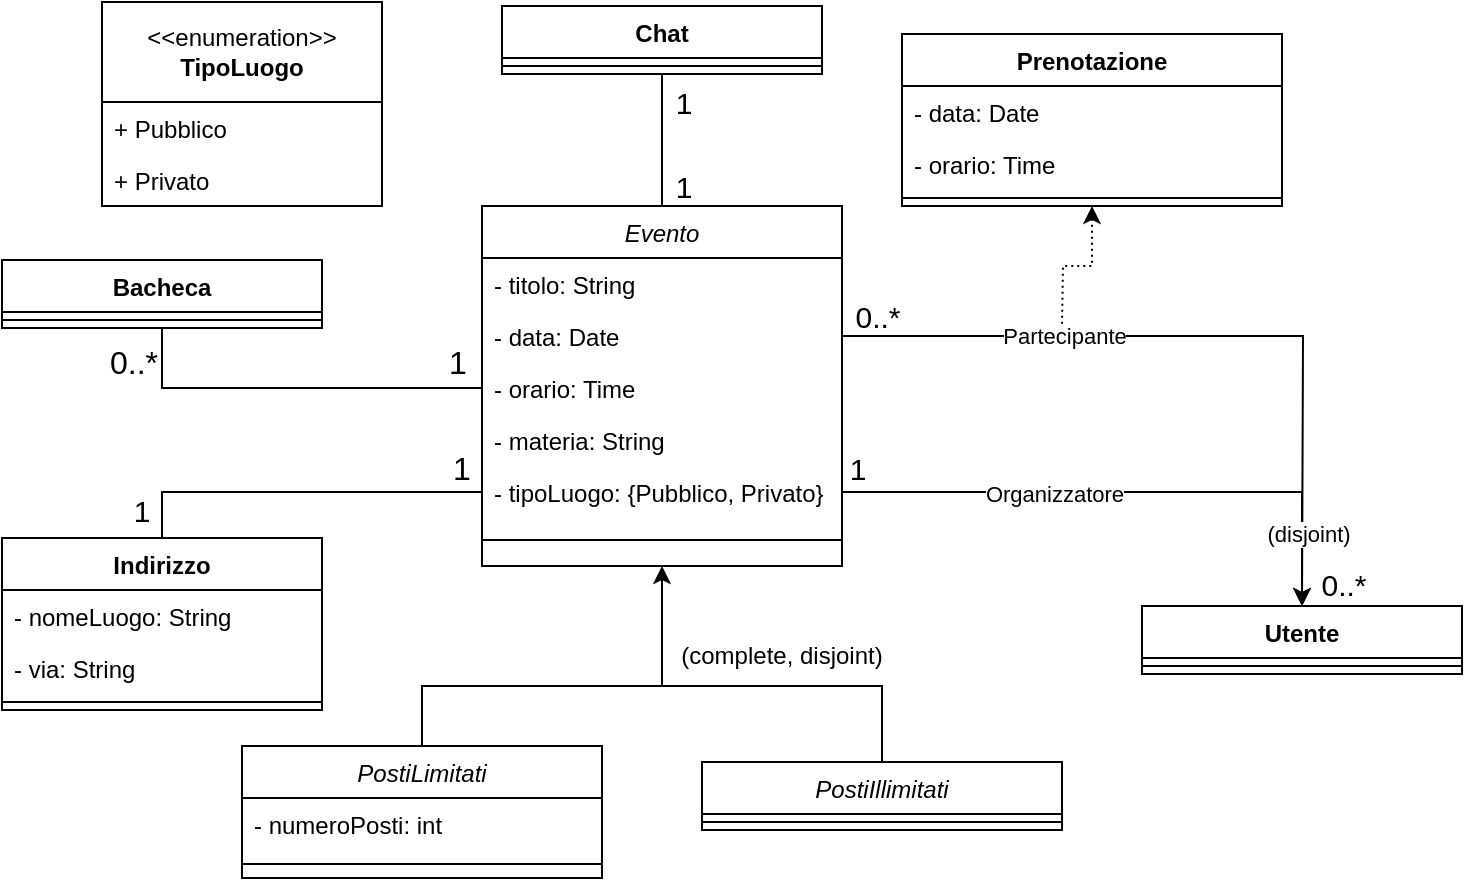
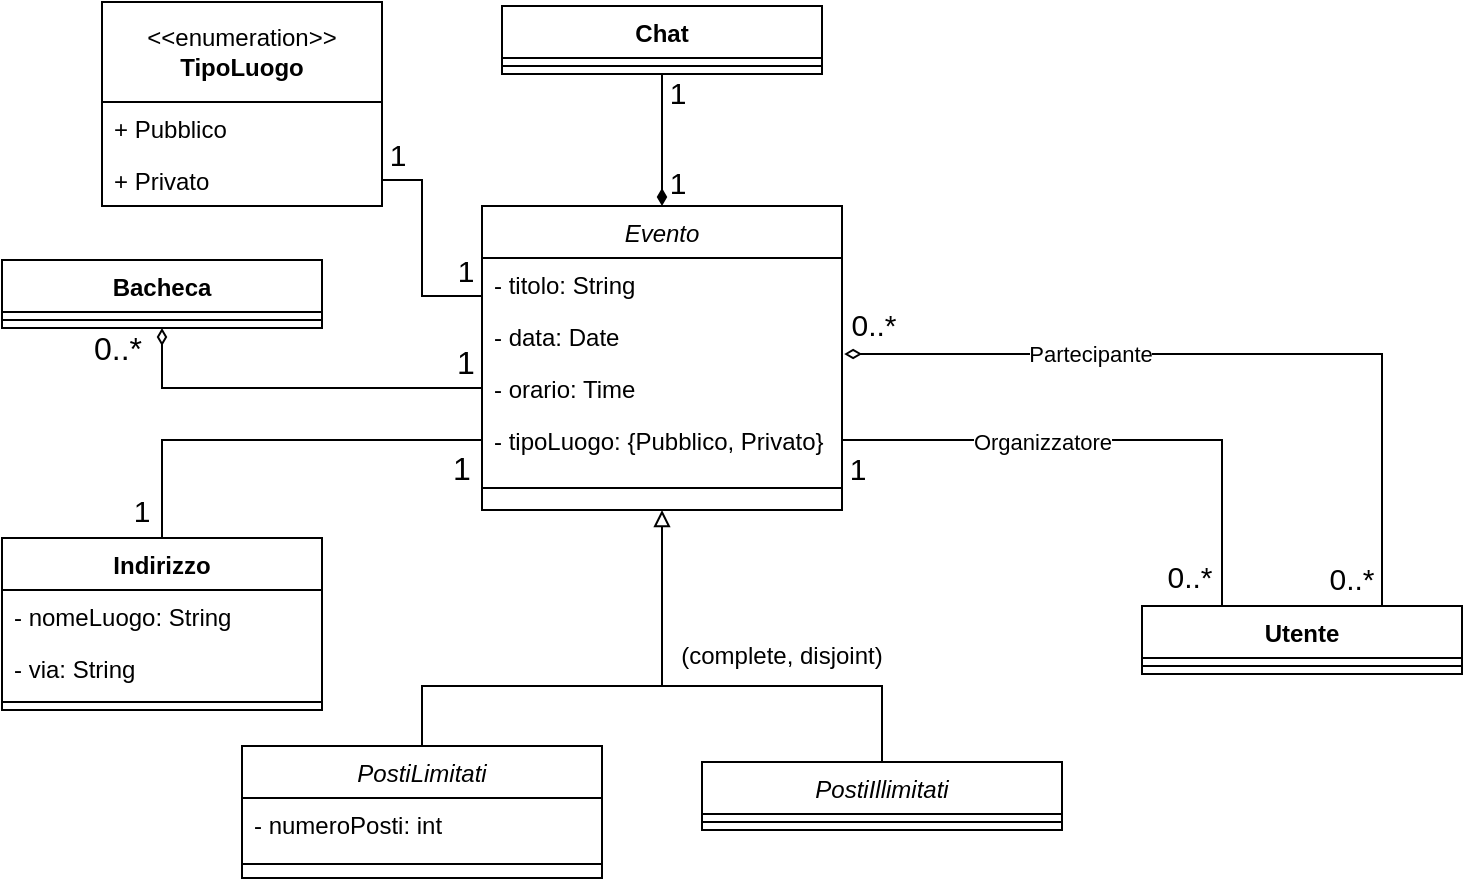
<mxfile host="app.diagrams.net">
  <diagram id="C5RBs43oDa-KdzZeNtuy" name="Page-1">
-     <mxGraphModel dx="1075" dy="622" grid="1" gridSize="10" guides="1" tooltips="1" connect="1" arrows="1" fold="1" page="1" pageScale="1" pageWidth="827" pageHeight="1169" math="0" shadow="0">
+     <mxGraphModel dx="707" dy="677" grid="1" gridSize="10" guides="1" tooltips="1" connect="1" arrows="1" fold="1" page="1" pageScale="1" pageWidth="827" pageHeight="1169" math="0" shadow="0">
      <root>
        <mxCell id="WIyWlLk6GJQsqaUBKTNV-0" />
        <mxCell id="WIyWlLk6GJQsqaUBKTNV-1" parent="WIyWlLk6GJQsqaUBKTNV-0" />
        <mxCell id="YcszxyqdBwKPzxCCbldQ-48" edge="1" parent="WIyWlLk6GJQsqaUBKTNV-1" style="edgeStyle=orthogonalEdgeStyle;rounded=0;orthogonalLoop=1;jettySize=auto;html=1;entryX=0.5;entryY=0;entryDx=0;entryDy=0;endArrow=none;endFill=0;" target="YcszxyqdBwKPzxCCbldQ-28">
          <mxGeometry relative="1" as="geometry">
            <Array as="points">
              <mxPoint x="380" y="370" />
              <mxPoint x="490" y="370" />
            </Array>
            <mxPoint x="380" y="370" as="sourcePoint" />
          </mxGeometry>
        </mxCell>
-         <mxCell id="KmBhihFz0CNgSEcm0cJF-6" edge="1" parent="WIyWlLk6GJQsqaUBKTNV-1" source="zkfFHV4jXpPFQw0GAbJ--0" style="edgeStyle=orthogonalEdgeStyle;rounded=0;orthogonalLoop=1;jettySize=auto;html=1;exitX=0.5;exitY=0;exitDx=0;exitDy=0;entryX=0.5;entryY=1;entryDx=0;entryDy=0;endArrow=none;endFill=0;" target="YcszxyqdBwKPzxCCbldQ-22">
-           <mxGeometry relative="1" as="geometry" />
-         </mxCell>
        <mxCell id="zkfFHV4jXpPFQw0GAbJ--0" parent="WIyWlLk6GJQsqaUBKTNV-1" style="swimlane;fontStyle=2;align=center;verticalAlign=top;childLayout=stackLayout;horizontal=1;startSize=26;horizontalStack=0;resizeParent=1;resizeLast=0;collapsible=1;marginBottom=0;rounded=0;shadow=0;strokeWidth=1;" value="Evento" vertex="1">
-           <mxGeometry height="180" width="180" x="290" y="130" as="geometry">
+           <mxGeometry height="152" width="180" x="290" y="130" as="geometry">
            <mxRectangle height="26" width="160" x="270" y="70" as="alternateBounds" />
          </mxGeometry>
        </mxCell>
        <mxCell id="zkfFHV4jXpPFQw0GAbJ--1" parent="zkfFHV4jXpPFQw0GAbJ--0" style="text;align=left;verticalAlign=top;spacingLeft=4;spacingRight=4;overflow=hidden;rotatable=0;points=[[0,0.5],[1,0.5]];portConstraint=eastwest;" value="- titolo: String" vertex="1">
          <mxGeometry height="26" width="180" y="26" as="geometry" />
-         </mxCell>
-         <mxCell id="QE2u7S5_JqNKbWLhJAu7-6" edge="1" parent="zkfFHV4jXpPFQw0GAbJ--0" source="zkfFHV4jXpPFQw0GAbJ--3" style="edgeStyle=orthogonalEdgeStyle;rounded=0;orthogonalLoop=1;jettySize=auto;html=1;exitX=1;exitY=0.5;exitDx=0;exitDy=0;">
-           <mxGeometry relative="1" as="geometry">
-             <mxPoint x="410" y="200" as="targetPoint" />
-           </mxGeometry>
-         </mxCell>
-         <mxCell id="QE2u7S5_JqNKbWLhJAu7-8" connectable="0" parent="QE2u7S5_JqNKbWLhJAu7-6" style="edgeLabel;html=1;align=center;verticalAlign=middle;resizable=0;points=[];" value="Partecipante" vertex="1">
-           <mxGeometry relative="1" x="-0.3919" as="geometry">
-             <mxPoint as="offset" />
-           </mxGeometry>
        </mxCell>
        <mxCell id="zkfFHV4jXpPFQw0GAbJ--3" parent="zkfFHV4jXpPFQw0GAbJ--0" style="text;align=left;verticalAlign=top;spacingLeft=4;spacingRight=4;overflow=hidden;rotatable=0;points=[[0,0.5],[1,0.5]];portConstraint=eastwest;rounded=0;shadow=0;html=0;" value="- data: Date" vertex="1">
          <mxGeometry height="26" width="180" y="52" as="geometry" />
        </mxCell>
        <mxCell id="YcszxyqdBwKPzxCCbldQ-1" parent="zkfFHV4jXpPFQw0GAbJ--0" style="text;align=left;verticalAlign=top;spacingLeft=4;spacingRight=4;overflow=hidden;rotatable=0;points=[[0,0.5],[1,0.5]];portConstraint=eastwest;rounded=0;shadow=0;html=0;" value="- orario: Time" vertex="1">
          <mxGeometry height="26" width="180" y="78" as="geometry" />
        </mxCell>
-         <mxCell id="YcszxyqdBwKPzxCCbldQ-0" parent="zkfFHV4jXpPFQw0GAbJ--0" style="text;align=left;verticalAlign=top;spacingLeft=4;spacingRight=4;overflow=hidden;rotatable=0;points=[[0,0.5],[1,0.5]];portConstraint=eastwest;rounded=0;shadow=0;html=0;" value="- materia: String" vertex="1">
+         <mxCell id="YcszxyqdBwKPzxCCbldQ-2" parent="zkfFHV4jXpPFQw0GAbJ--0" style="text;align=left;verticalAlign=top;spacingLeft=4;spacingRight=4;overflow=hidden;rotatable=0;points=[[0,0.5],[1,0.5]];portConstraint=eastwest;rounded=0;shadow=0;html=0;" value="- tipoLuogo: {Pubblico, Privato}" vertex="1">
          <mxGeometry height="26" width="180" y="104" as="geometry" />
        </mxCell>
-         <mxCell id="YcszxyqdBwKPzxCCbldQ-2" parent="zkfFHV4jXpPFQw0GAbJ--0" style="text;align=left;verticalAlign=top;spacingLeft=4;spacingRight=4;overflow=hidden;rotatable=0;points=[[0,0.5],[1,0.5]];portConstraint=eastwest;rounded=0;shadow=0;html=0;" value="- tipoLuogo: {Pubblico, Privato}" vertex="1">
-           <mxGeometry height="26" width="180" y="130" as="geometry" />
-         </mxCell>
        <mxCell id="zkfFHV4jXpPFQw0GAbJ--4" parent="zkfFHV4jXpPFQw0GAbJ--0" style="line;html=1;strokeWidth=1;align=left;verticalAlign=middle;spacingTop=-1;spacingLeft=3;spacingRight=3;rotatable=0;labelPosition=right;points=[];portConstraint=eastwest;" value="" vertex="1">
-           <mxGeometry height="22" width="180" y="156" as="geometry" />
+           <mxGeometry height="22" width="180" y="130" as="geometry" />
        </mxCell>
        <mxCell id="YcszxyqdBwKPzxCCbldQ-63" edge="1" parent="WIyWlLk6GJQsqaUBKTNV-1" source="YcszxyqdBwKPzxCCbldQ-5" style="edgeStyle=orthogonalEdgeStyle;rounded=0;orthogonalLoop=1;jettySize=auto;html=1;entryX=0;entryY=0.5;entryDx=0;entryDy=0;endArrow=none;endFill=0;" target="YcszxyqdBwKPzxCCbldQ-2" value="">
          <mxGeometry relative="1" as="geometry" />
        </mxCell>
        <mxCell id="YcszxyqdBwKPzxCCbldQ-5" parent="WIyWlLk6GJQsqaUBKTNV-1" style="swimlane;fontStyle=1;align=center;verticalAlign=top;childLayout=stackLayout;horizontal=1;startSize=26;horizontalStack=0;resizeParent=1;resizeParentMax=0;resizeLast=0;collapsible=1;marginBottom=0;whiteSpace=wrap;html=1;" value="Indirizzo" vertex="1">
          <mxGeometry height="86" width="160" x="50" y="296" as="geometry" />
        </mxCell>
        <mxCell id="YcszxyqdBwKPzxCCbldQ-6" parent="YcszxyqdBwKPzxCCbldQ-5" style="text;strokeColor=none;fillColor=none;align=left;verticalAlign=top;spacingLeft=4;spacingRight=4;overflow=hidden;rotatable=0;points=[[0,0.5],[1,0.5]];portConstraint=eastwest;whiteSpace=wrap;html=1;" value="- nomeLuogo: String" vertex="1">
          <mxGeometry height="26" width="160" y="26" as="geometry" />
        </mxCell>
        <mxCell id="YcszxyqdBwKPzxCCbldQ-9" parent="YcszxyqdBwKPzxCCbldQ-5" style="text;strokeColor=none;fillColor=none;align=left;verticalAlign=top;spacingLeft=4;spacingRight=4;overflow=hidden;rotatable=0;points=[[0,0.5],[1,0.5]];portConstraint=eastwest;whiteSpace=wrap;html=1;" value="- via: String" vertex="1">
          <mxGeometry height="26" width="160" y="52" as="geometry" />
        </mxCell>
        <mxCell id="YcszxyqdBwKPzxCCbldQ-7" parent="YcszxyqdBwKPzxCCbldQ-5" style="line;strokeWidth=1;fillColor=none;align=left;verticalAlign=middle;spacingTop=-1;spacingLeft=3;spacingRight=3;rotatable=0;labelPosition=right;points=[];portConstraint=eastwest;strokeColor=inherit;" value="" vertex="1">
          <mxGeometry height="8" width="160" y="78" as="geometry" />
        </mxCell>
-         <mxCell id="KmBhihFz0CNgSEcm0cJF-3" edge="1" parent="WIyWlLk6GJQsqaUBKTNV-1" source="YcszxyqdBwKPzxCCbldQ-10" style="edgeStyle=orthogonalEdgeStyle;rounded=0;orthogonalLoop=1;jettySize=auto;html=1;exitX=0.5;exitY=1;exitDx=0;exitDy=0;entryX=0;entryY=0.5;entryDx=0;entryDy=0;endArrow=none;endFill=0;" target="YcszxyqdBwKPzxCCbldQ-1">
-           <mxGeometry relative="1" as="geometry" />
-         </mxCell>
        <mxCell id="YcszxyqdBwKPzxCCbldQ-10" parent="WIyWlLk6GJQsqaUBKTNV-1" style="swimlane;fontStyle=1;align=center;verticalAlign=top;childLayout=stackLayout;horizontal=1;startSize=26;horizontalStack=0;resizeParent=1;resizeParentMax=0;resizeLast=0;collapsible=1;marginBottom=0;whiteSpace=wrap;html=1;shadow=0;" value="Bacheca" vertex="1">
          <mxGeometry height="34" width="160" x="50" y="157" as="geometry" />
        </mxCell>
        <mxCell id="YcszxyqdBwKPzxCCbldQ-12" parent="YcszxyqdBwKPzxCCbldQ-10" style="line;strokeWidth=1;fillColor=none;align=left;verticalAlign=middle;spacingTop=-1;spacingLeft=3;spacingRight=3;rotatable=0;labelPosition=right;points=[];portConstraint=eastwest;strokeColor=inherit;" value="" vertex="1">
          <mxGeometry height="8" width="160" y="26" as="geometry" />
        </mxCell>
        <mxCell id="YcszxyqdBwKPzxCCbldQ-14" parent="WIyWlLk6GJQsqaUBKTNV-1" style="swimlane;fontStyle=1;align=center;verticalAlign=top;childLayout=stackLayout;horizontal=1;startSize=26;horizontalStack=0;resizeParent=1;resizeParentMax=0;resizeLast=0;collapsible=1;marginBottom=0;whiteSpace=wrap;html=1;" value="Utente" vertex="1">
          <mxGeometry height="34" width="160" x="620" y="330" as="geometry" />
        </mxCell>
        <mxCell id="YcszxyqdBwKPzxCCbldQ-16" parent="YcszxyqdBwKPzxCCbldQ-14" style="line;strokeWidth=1;fillColor=none;align=left;verticalAlign=middle;spacingTop=-1;spacingLeft=3;spacingRight=3;rotatable=0;labelPosition=right;points=[];portConstraint=eastwest;strokeColor=inherit;" value="" vertex="1">
          <mxGeometry height="8" width="160" y="26" as="geometry" />
        </mxCell>
-         <mxCell id="QE2u7S5_JqNKbWLhJAu7-10" edge="1" parent="WIyWlLk6GJQsqaUBKTNV-1" source="YcszxyqdBwKPzxCCbldQ-18" style="edgeStyle=orthogonalEdgeStyle;rounded=0;orthogonalLoop=1;jettySize=auto;html=1;exitX=0.5;exitY=1;exitDx=0;exitDy=0;startArrow=classic;startFill=1;endArrow=none;endFill=0;dashed=1;dashPattern=1 2;">
-           <mxGeometry relative="1" as="geometry">
-             <mxPoint x="580" y="190" as="targetPoint" />
-           </mxGeometry>
-         </mxCell>
-         <mxCell id="YcszxyqdBwKPzxCCbldQ-18" parent="WIyWlLk6GJQsqaUBKTNV-1" style="swimlane;fontStyle=1;align=center;verticalAlign=top;childLayout=stackLayout;horizontal=1;startSize=26;horizontalStack=0;resizeParent=1;resizeParentMax=0;resizeLast=0;collapsible=1;marginBottom=0;whiteSpace=wrap;html=1;fontColor=light-dark(#000000,#FF0000);" value="&lt;font style=&quot;color: light-dark(rgb(0, 0, 0), rgb(255, 255, 255));&quot;&gt;Prenotazione&lt;/font&gt;" vertex="1">
-           <mxGeometry height="86" width="190" x="500" y="44" as="geometry" />
-         </mxCell>
-         <mxCell id="YcszxyqdBwKPzxCCbldQ-19" parent="YcszxyqdBwKPzxCCbldQ-18" style="text;strokeColor=none;fillColor=none;align=left;verticalAlign=top;spacingLeft=4;spacingRight=4;overflow=hidden;rotatable=0;points=[[0,0.5],[1,0.5]];portConstraint=eastwest;whiteSpace=wrap;html=1;" value="- data: Date" vertex="1">
-           <mxGeometry height="26" width="190" y="26" as="geometry" />
-         </mxCell>
-         <mxCell id="KmBhihFz0CNgSEcm0cJF-9" parent="YcszxyqdBwKPzxCCbldQ-18" style="text;align=left;verticalAlign=top;spacingLeft=4;spacingRight=4;overflow=hidden;rotatable=0;points=[[0,0.5],[1,0.5]];portConstraint=eastwest;rounded=0;shadow=0;html=0;" value="- orario: Time" vertex="1">
-           <mxGeometry height="26" width="190" y="52" as="geometry" />
-         </mxCell>
-         <mxCell id="YcszxyqdBwKPzxCCbldQ-20" parent="YcszxyqdBwKPzxCCbldQ-18" style="line;strokeWidth=1;fillColor=none;align=left;verticalAlign=middle;spacingTop=-1;spacingLeft=3;spacingRight=3;rotatable=0;labelPosition=right;points=[];portConstraint=eastwest;strokeColor=inherit;" value="" vertex="1">
-           <mxGeometry height="8" width="190" y="78" as="geometry" />
+         <mxCell id="DWc5SKpBOO-Hf5kiD7GV-0" edge="1" parent="WIyWlLk6GJQsqaUBKTNV-1" source="YcszxyqdBwKPzxCCbldQ-22" style="edgeStyle=orthogonalEdgeStyle;rounded=0;orthogonalLoop=1;jettySize=auto;html=1;exitX=0.5;exitY=1;exitDx=0;exitDy=0;endArrow=diamondThin;endFill=1;" target="zkfFHV4jXpPFQw0GAbJ--0">
+           <mxGeometry relative="1" as="geometry" />
        </mxCell>
        <mxCell id="YcszxyqdBwKPzxCCbldQ-22" parent="WIyWlLk6GJQsqaUBKTNV-1" style="swimlane;fontStyle=1;align=center;verticalAlign=top;childLayout=stackLayout;horizontal=1;startSize=26;horizontalStack=0;resizeParent=1;resizeParentMax=0;resizeLast=0;collapsible=1;marginBottom=0;whiteSpace=wrap;html=1;" value="Chat" vertex="1">
          <mxGeometry height="34" width="160" x="300" y="30" as="geometry" />
        </mxCell>
        <mxCell id="YcszxyqdBwKPzxCCbldQ-24" parent="YcszxyqdBwKPzxCCbldQ-22" style="line;strokeWidth=1;fillColor=none;align=left;verticalAlign=middle;spacingTop=-1;spacingLeft=3;spacingRight=3;rotatable=0;labelPosition=right;points=[];portConstraint=eastwest;strokeColor=inherit;" value="" vertex="1">
          <mxGeometry height="8" width="160" y="26" as="geometry" />
        </mxCell>
        <mxCell id="YcszxyqdBwKPzxCCbldQ-28" parent="WIyWlLk6GJQsqaUBKTNV-1" style="swimlane;fontStyle=2;align=center;verticalAlign=top;childLayout=stackLayout;horizontal=1;startSize=26;horizontalStack=0;resizeParent=1;resizeLast=0;collapsible=1;marginBottom=0;rounded=0;shadow=0;strokeWidth=1;" value="PostiIllimitati" vertex="1">
          <mxGeometry height="34" width="180" x="400" y="408" as="geometry">
            <mxRectangle height="26" width="160" x="270" y="70" as="alternateBounds" />
          </mxGeometry>
        </mxCell>
        <mxCell id="YcszxyqdBwKPzxCCbldQ-35" parent="YcszxyqdBwKPzxCCbldQ-28" style="line;html=1;strokeWidth=1;align=left;verticalAlign=middle;spacingTop=-1;spacingLeft=3;spacingRight=3;rotatable=0;labelPosition=right;points=[];portConstraint=eastwest;" value="" vertex="1">
          <mxGeometry height="8" width="180" y="26" as="geometry" />
        </mxCell>
-         <mxCell id="YcszxyqdBwKPzxCCbldQ-46" edge="1" parent="WIyWlLk6GJQsqaUBKTNV-1" source="YcszxyqdBwKPzxCCbldQ-36" style="edgeStyle=orthogonalEdgeStyle;rounded=0;orthogonalLoop=1;jettySize=auto;html=1;exitX=0.5;exitY=0;exitDx=0;exitDy=0;">
+         <mxCell id="YcszxyqdBwKPzxCCbldQ-46" edge="1" parent="WIyWlLk6GJQsqaUBKTNV-1" source="YcszxyqdBwKPzxCCbldQ-36" style="edgeStyle=orthogonalEdgeStyle;rounded=0;orthogonalLoop=1;jettySize=auto;html=1;exitX=0.5;exitY=0;exitDx=0;exitDy=0;entryX=0.5;entryY=1;entryDx=0;entryDy=0;endArrow=block;endFill=0;" target="zkfFHV4jXpPFQw0GAbJ--0">
          <mxGeometry relative="1" as="geometry">
            <Array as="points">
              <mxPoint x="260" y="370" />
              <mxPoint x="380" y="370" />
            </Array>
            <mxPoint x="380" y="310" as="targetPoint" />
          </mxGeometry>
        </mxCell>
        <mxCell id="YcszxyqdBwKPzxCCbldQ-36" parent="WIyWlLk6GJQsqaUBKTNV-1" style="swimlane;fontStyle=2;align=center;verticalAlign=top;childLayout=stackLayout;horizontal=1;startSize=26;horizontalStack=0;resizeParent=1;resizeLast=0;collapsible=1;marginBottom=0;rounded=0;shadow=0;strokeWidth=1;" value="PostiLimitati" vertex="1">
          <mxGeometry height="66" width="180" x="170" y="400" as="geometry">
            <mxRectangle height="26" width="160" x="270" y="70" as="alternateBounds" />
          </mxGeometry>
        </mxCell>
        <mxCell id="YcszxyqdBwKPzxCCbldQ-45" parent="YcszxyqdBwKPzxCCbldQ-36" style="text;align=left;verticalAlign=top;spacingLeft=4;spacingRight=4;overflow=hidden;rotatable=0;points=[[0,0.5],[1,0.5]];portConstraint=eastwest;rounded=0;shadow=0;html=0;" value="- numeroPosti: int" vertex="1">
          <mxGeometry height="26" width="180" y="26" as="geometry" />
        </mxCell>
        <mxCell id="YcszxyqdBwKPzxCCbldQ-43" parent="YcszxyqdBwKPzxCCbldQ-36" style="line;html=1;strokeWidth=1;align=left;verticalAlign=middle;spacingTop=-1;spacingLeft=3;spacingRight=3;rotatable=0;labelPosition=right;points=[];portConstraint=eastwest;" value="" vertex="1">
          <mxGeometry height="14" width="180" y="52" as="geometry" />
        </mxCell>
        <mxCell id="YcszxyqdBwKPzxCCbldQ-49" parent="WIyWlLk6GJQsqaUBKTNV-1" style="text;html=1;whiteSpace=wrap;strokeColor=none;fillColor=none;align=center;verticalAlign=middle;rounded=0;" value="(complete, disjoint)" vertex="1">
          <mxGeometry height="30" width="120" x="380" y="340" as="geometry" />
        </mxCell>
        <mxCell id="KmBhihFz0CNgSEcm0cJF-0" parent="WIyWlLk6GJQsqaUBKTNV-1" style="text;html=1;whiteSpace=wrap;strokeColor=none;fillColor=none;align=center;verticalAlign=middle;rounded=0;" value="&lt;font style=&quot;font-size: 15px;&quot;&gt;1&lt;/font&gt;" vertex="1">
          <mxGeometry height="30" width="60" x="90" y="267" as="geometry" />
        </mxCell>
        <mxCell id="KmBhihFz0CNgSEcm0cJF-1" parent="WIyWlLk6GJQsqaUBKTNV-1" style="text;html=1;whiteSpace=wrap;strokeColor=none;fillColor=none;align=center;verticalAlign=middle;rounded=0;" value="&lt;font style=&quot;font-size: 16px;&quot;&gt;1&lt;/font&gt;" vertex="1">
          <mxGeometry height="30" width="60" x="250" y="246" as="geometry" />
        </mxCell>
        <mxCell id="KmBhihFz0CNgSEcm0cJF-4" parent="WIyWlLk6GJQsqaUBKTNV-1" style="text;html=1;whiteSpace=wrap;strokeColor=none;fillColor=none;align=center;verticalAlign=middle;rounded=0;" value="&lt;font style=&quot;font-size: 16px;&quot;&gt;0..*&lt;/font&gt;" vertex="1">
-           <mxGeometry height="30" width="60" x="86" y="193" as="geometry" />
+           <mxGeometry height="30" width="60" x="78" y="186" as="geometry" />
        </mxCell>
        <mxCell id="KmBhihFz0CNgSEcm0cJF-5" parent="WIyWlLk6GJQsqaUBKTNV-1" style="text;html=1;whiteSpace=wrap;strokeColor=none;fillColor=none;align=center;verticalAlign=middle;rounded=0;" value="&lt;font style=&quot;font-size: 16px;&quot;&gt;1&lt;/font&gt;" vertex="1">
-           <mxGeometry height="30" width="60" x="248" y="193" as="geometry" />
+           <mxGeometry height="30" width="60" x="252" y="193" as="geometry" />
        </mxCell>
        <mxCell id="KmBhihFz0CNgSEcm0cJF-7" parent="WIyWlLk6GJQsqaUBKTNV-1" style="text;html=1;whiteSpace=wrap;strokeColor=none;fillColor=none;align=center;verticalAlign=middle;rounded=0;" value="&lt;font style=&quot;font-size: 15px;&quot;&gt;1&lt;/font&gt;" vertex="1">
-           <mxGeometry height="30" width="60" x="361" y="63" as="geometry" />
+           <mxGeometry height="30" width="60" x="358" y="58" as="geometry" />
        </mxCell>
        <mxCell id="KmBhihFz0CNgSEcm0cJF-8" parent="WIyWlLk6GJQsqaUBKTNV-1" style="text;html=1;whiteSpace=wrap;strokeColor=none;fillColor=none;align=center;verticalAlign=middle;rounded=0;" value="&lt;font style=&quot;font-size: 15px;&quot;&gt;1&lt;/font&gt;" vertex="1">
-           <mxGeometry height="30" width="60" x="361" y="105" as="geometry" />
+           <mxGeometry height="30" width="60" x="358" y="103" as="geometry" />
        </mxCell>
-         <mxCell id="QE2u7S5_JqNKbWLhJAu7-5" edge="1" parent="WIyWlLk6GJQsqaUBKTNV-1" source="YcszxyqdBwKPzxCCbldQ-2" style="edgeStyle=orthogonalEdgeStyle;rounded=0;orthogonalLoop=1;jettySize=auto;html=1;exitX=1;exitY=0.5;exitDx=0;exitDy=0;" target="YcszxyqdBwKPzxCCbldQ-14">
+         <mxCell id="QE2u7S5_JqNKbWLhJAu7-5" edge="1" parent="WIyWlLk6GJQsqaUBKTNV-1" source="YcszxyqdBwKPzxCCbldQ-2" style="edgeStyle=orthogonalEdgeStyle;rounded=0;orthogonalLoop=1;jettySize=auto;html=1;exitX=1;exitY=0.5;exitDx=0;exitDy=0;entryX=0.25;entryY=0;entryDx=0;entryDy=0;endArrow=none;endFill=0;" target="YcszxyqdBwKPzxCCbldQ-14">
          <mxGeometry relative="1" as="geometry" />
-         </mxCell>
-         <mxCell id="QE2u7S5_JqNKbWLhJAu7-7" connectable="0" parent="QE2u7S5_JqNKbWLhJAu7-5" style="edgeLabel;html=1;align=center;verticalAlign=middle;resizable=0;points=[];" value="(disjoint)" vertex="1">
-           <mxGeometry relative="1" x="0.8071" y="3" as="geometry">
-             <mxPoint y="-9" as="offset" />
-           </mxGeometry>
        </mxCell>
        <mxCell id="QE2u7S5_JqNKbWLhJAu7-9" connectable="0" parent="QE2u7S5_JqNKbWLhJAu7-5" style="edgeLabel;html=1;align=center;verticalAlign=middle;resizable=0;points=[];" value="Organizzatore" vertex="1">
          <mxGeometry relative="1" x="-0.2657" y="-1" as="geometry">
            <mxPoint as="offset" />
          </mxGeometry>
        </mxCell>
        <mxCell id="QE2u7S5_JqNKbWLhJAu7-11" parent="WIyWlLk6GJQsqaUBKTNV-1" style="text;html=1;whiteSpace=wrap;strokeColor=none;fillColor=none;align=center;verticalAlign=middle;rounded=0;" value="&lt;font style=&quot;font-size: 15px;&quot;&gt;0..*&lt;/font&gt;" vertex="1">
-           <mxGeometry height="30" width="60" x="458" y="170" as="geometry" />
+           <mxGeometry height="30" width="60" x="456" y="174" as="geometry" />
        </mxCell>
        <mxCell id="QE2u7S5_JqNKbWLhJAu7-12" parent="WIyWlLk6GJQsqaUBKTNV-1" style="text;html=1;whiteSpace=wrap;strokeColor=none;fillColor=none;align=center;verticalAlign=middle;rounded=0;" value="&lt;font style=&quot;font-size: 15px;&quot;&gt;1&lt;/font&gt;" vertex="1">
          <mxGeometry height="30" width="60" x="448" y="246" as="geometry" />
-         </mxCell>
-         <mxCell id="QE2u7S5_JqNKbWLhJAu7-13" parent="WIyWlLk6GJQsqaUBKTNV-1" style="text;html=1;whiteSpace=wrap;strokeColor=none;fillColor=none;align=center;verticalAlign=middle;rounded=0;" value="&lt;font style=&quot;font-size: 15px;&quot;&gt;0..*&lt;/font&gt;" vertex="1">
-           <mxGeometry height="30" width="60" x="691" y="304" as="geometry" />
        </mxCell>
        <mxCell id="qCUcIwZqAsFRG2SPktwB-0" parent="WIyWlLk6GJQsqaUBKTNV-1" style="swimlane;fontStyle=0;childLayout=stackLayout;horizontal=1;startSize=50;fillColor=none;horizontalStack=0;resizeParent=1;resizeParentMax=0;resizeLast=0;collapsible=1;marginBottom=0;whiteSpace=wrap;html=1;" value="&amp;lt;&amp;lt;enumeration&amp;gt;&amp;gt;&lt;div&gt;&lt;b&gt;TipoLuogo&lt;/b&gt;&lt;/div&gt;" vertex="1">
          <mxGeometry height="102" width="140" x="100" y="28" as="geometry" />
        </mxCell>
        <mxCell id="qCUcIwZqAsFRG2SPktwB-1" parent="qCUcIwZqAsFRG2SPktwB-0" style="text;strokeColor=none;fillColor=none;align=left;verticalAlign=top;spacingLeft=4;spacingRight=4;overflow=hidden;rotatable=0;points=[[0,0.5],[1,0.5]];portConstraint=eastwest;whiteSpace=wrap;html=1;" value="+ Pubblico" vertex="1">
          <mxGeometry height="26" width="140" y="50" as="geometry" />
        </mxCell>
        <mxCell id="qCUcIwZqAsFRG2SPktwB-2" parent="qCUcIwZqAsFRG2SPktwB-0" style="text;strokeColor=none;fillColor=none;align=left;verticalAlign=top;spacingLeft=4;spacingRight=4;overflow=hidden;rotatable=0;points=[[0,0.5],[1,0.5]];portConstraint=eastwest;whiteSpace=wrap;html=1;" value="+ Privato" vertex="1">
          <mxGeometry height="26" width="140" y="76" as="geometry" />
        </mxCell>
+         <mxCell id="YHVnDsDKF8Wbl9PGVqSe-1" edge="1" parent="WIyWlLk6GJQsqaUBKTNV-1" source="qCUcIwZqAsFRG2SPktwB-2" style="edgeStyle=orthogonalEdgeStyle;rounded=0;orthogonalLoop=1;jettySize=auto;html=1;exitX=1;exitY=0.5;exitDx=0;exitDy=0;entryX=0.017;entryY=-0.269;entryDx=0;entryDy=0;entryPerimeter=0;endArrow=none;endFill=0;">
+           <mxGeometry relative="1" as="geometry">
+             <Array as="points">
+               <mxPoint x="260" y="117" />
+               <mxPoint x="260" y="175" />
+             </Array>
+             <mxPoint x="237" y="117" as="sourcePoint" />
+             <mxPoint x="290.05999999999995" y="175.00599999999997" as="targetPoint" />
+           </mxGeometry>
+         </mxCell>
+         <mxCell id="DWc5SKpBOO-Hf5kiD7GV-3" parent="WIyWlLk6GJQsqaUBKTNV-1" style="text;html=1;whiteSpace=wrap;strokeColor=none;fillColor=none;align=center;verticalAlign=middle;rounded=0;" value="&lt;font style=&quot;font-size: 15px;&quot;&gt;1&lt;/font&gt;" vertex="1">
+           <mxGeometry height="30" width="60" x="252" y="147" as="geometry" />
+         </mxCell>
+         <mxCell id="DWc5SKpBOO-Hf5kiD7GV-4" parent="WIyWlLk6GJQsqaUBKTNV-1" style="text;html=1;whiteSpace=wrap;strokeColor=none;fillColor=none;align=center;verticalAlign=middle;rounded=0;" value="&lt;font style=&quot;font-size: 15px;&quot;&gt;1&lt;/font&gt;" vertex="1">
+           <mxGeometry height="30" width="60" x="218" y="89" as="geometry" />
+         </mxCell>
+         <mxCell id="DWc5SKpBOO-Hf5kiD7GV-5" edge="1" parent="WIyWlLk6GJQsqaUBKTNV-1" source="YcszxyqdBwKPzxCCbldQ-14" style="edgeStyle=orthogonalEdgeStyle;rounded=0;orthogonalLoop=1;jettySize=auto;html=1;exitX=0.75;exitY=0;exitDx=0;exitDy=0;entryX=1.006;entryY=-0.154;entryDx=0;entryDy=0;entryPerimeter=0;endArrow=diamondThin;endFill=0;" target="YcszxyqdBwKPzxCCbldQ-1">
+           <mxGeometry relative="1" as="geometry" />
+         </mxCell>
+         <mxCell id="DWc5SKpBOO-Hf5kiD7GV-6" connectable="0" parent="DWc5SKpBOO-Hf5kiD7GV-5" style="edgeLabel;html=1;align=center;verticalAlign=middle;resizable=0;points=[];" value="Partecipante" vertex="1">
+           <mxGeometry relative="1" x="0.3775" as="geometry">
+             <mxPoint as="offset" />
+           </mxGeometry>
+         </mxCell>
+         <mxCell id="DWc5SKpBOO-Hf5kiD7GV-7" parent="WIyWlLk6GJQsqaUBKTNV-1" style="text;html=1;whiteSpace=wrap;strokeColor=none;fillColor=none;align=center;verticalAlign=middle;rounded=0;" value="&lt;font style=&quot;font-size: 15px;&quot;&gt;0..*&lt;/font&gt;" vertex="1">
+           <mxGeometry height="30" width="60" x="614" y="300" as="geometry" />
+         </mxCell>
+         <mxCell id="DWc5SKpBOO-Hf5kiD7GV-8" parent="WIyWlLk6GJQsqaUBKTNV-1" style="text;html=1;whiteSpace=wrap;strokeColor=none;fillColor=none;align=center;verticalAlign=middle;rounded=0;" value="&lt;font style=&quot;font-size: 15px;&quot;&gt;0..*&lt;/font&gt;" vertex="1">
+           <mxGeometry height="30" width="60" x="695" y="301" as="geometry" />
+         </mxCell>
+         <mxCell id="DWc5SKpBOO-Hf5kiD7GV-9" edge="1" parent="WIyWlLk6GJQsqaUBKTNV-1" source="YcszxyqdBwKPzxCCbldQ-1" style="edgeStyle=orthogonalEdgeStyle;rounded=0;orthogonalLoop=1;jettySize=auto;html=1;exitX=0;exitY=0.5;exitDx=0;exitDy=0;endArrow=diamondThin;endFill=0;" target="YcszxyqdBwKPzxCCbldQ-10">
+           <mxGeometry relative="1" as="geometry" />
+         </mxCell>
      </root>
    </mxGraphModel>
  </diagram>
</mxfile>
